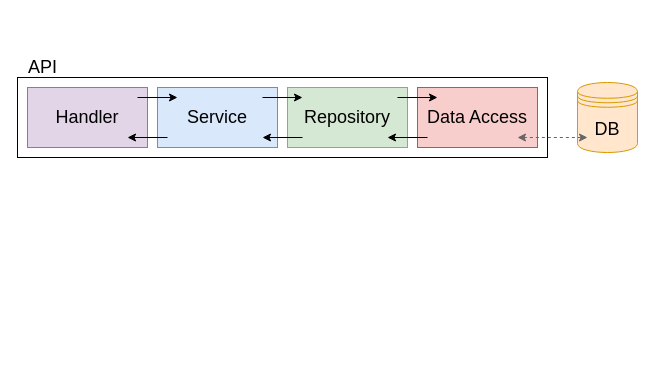
Before: page "APIDesign" (6 of 8) of 5th-semester/daw/docs/daw-diagrams.drawio in andre-j3sus/isel-leic-notes, a draw.io diagram. Source tidied: cells renumbered, new cells numbered last; positions are measured from the earlier drawing's top-left corner, leaving out a move shared by most shapes. Both pictures are drawn from the tidied source at 100%, with x=0, y=0 at pixel (17, 47). Pictures stored in the file or linked from it are replaced by grey dashed boxes.
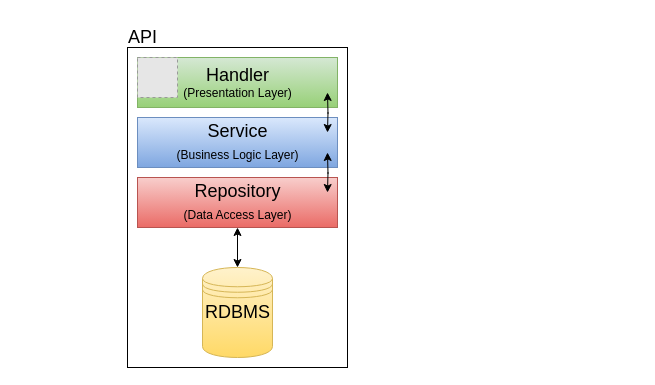
The same diagram, later.

The edit, as a diff of the source:
```diff
@@
     <mxCell id="2" style="rounded=0;whiteSpace=wrap;html=1;fontSize=18;fillColor=none;" parent="1" vertex="1">
-      <mxGeometry y="30" width="530" height="80" as="geometry" />
+      <mxGeometry x="110" width="220" height="320" as="geometry" />
     </mxCell>
-    <mxCell id="3" value="&lt;font style=&quot;font-size: 18px;&quot;&gt;Service&lt;/font&gt;" style="rounded=0;whiteSpace=wrap;html=1;fillColor=#dae8fc;strokeColor=#6c8ebf;" parent="1" vertex="1">
-      <mxGeometry x="140" y="40" width="120" height="60" as="geometry" />
-    </mxCell>
-    <mxCell id="4" value="&lt;span style=&quot;font-size: 18px;&quot;&gt;Repository&lt;/span&gt;" style="rounded=0;whiteSpace=wrap;html=1;fillColor=#d5e8d4;strokeColor=#82b366;" parent="1" vertex="1">
-      <mxGeometry x="270" y="40" width="120" height="60" as="geometry" />
-    </mxCell>
-    <mxCell id="5" value="&lt;span style=&quot;font-size: 18px;&quot;&gt;Data Access&lt;/span&gt;" style="rounded=0;whiteSpace=wrap;html=1;fillColor=#f8cecc;strokeColor=#b85450;" parent="1" vertex="1">
-      <mxGeometry x="400" y="40" width="120" height="60" as="geometry" />
-    </mxCell>
-    <mxCell id="6" value="&lt;font style=&quot;font-size: 18px;&quot;&gt;Handler&lt;/font&gt;" style="rounded=0;whiteSpace=wrap;html=1;fillColor=#e1d5e7;strokeColor=#9673a6;" parent="1" vertex="1">
-      <mxGeometry x="10" y="40" width="120" height="60" as="geometry" />
-    </mxCell>
     <mxCell id="7" value="API" style="text;html=1;align=center;verticalAlign=middle;strokeColor=none;fillColor=none;fontSize=18;" parent="1" vertex="1">
-      <mxGeometry width="50" height="40" as="geometry" />
+      <mxGeometry x="100" y="-30" width="50" height="40" as="geometry" />
     </mxCell>
-    <mxCell id="8" value="&lt;font style=&quot;font-size: 18px;&quot;&gt;DB&lt;/font&gt;" style="shape=datastore;whiteSpace=wrap;html=1;fillColor=#ffe6cc;strokeColor=#d79b00;" parent="1" vertex="1">
-      <mxGeometry x="560" y="35" width="60" height="70" as="geometry" />
-    </mxCell>
-    <mxCell id="9" style="endArrow=classic;html=1;rounded=0;" parent="1" edge="1">
-      <mxGeometry relative="1" as="geometry">
-        <mxPoint x="120" y="50" as="sourcePoint" />
-        <mxPoint x="160" y="50" as="targetPoint" />
-      </mxGeometry>
-    </mxCell>
-    <mxCell id="10" style="endArrow=classic;html=1;rounded=0;" parent="1" edge="1">
-      <mxGeometry relative="1" as="geometry">
-        <mxPoint x="245" y="50" as="sourcePoint" />
-        <mxPoint x="285" y="50" as="targetPoint" />
-      </mxGeometry>
-    </mxCell>
-    <mxCell id="11" style="endArrow=classic;html=1;rounded=0;" parent="1" edge="1">
-      <mxGeometry relative="1" as="geometry">
-        <mxPoint x="150" y="90" as="sourcePoint" />
-        <mxPoint x="110" y="90" as="targetPoint" />
-      </mxGeometry>
-    </mxCell>
-    <mxCell id="12" style="endArrow=classic;html=1;rounded=0;" parent="1" edge="1">
-      <mxGeometry relative="1" as="geometry">
-        <mxPoint x="380" y="50" as="sourcePoint" />
-        <mxPoint x="420" y="50" as="targetPoint" />
-      </mxGeometry>
-    </mxCell>
-    <mxCell id="13" style="endArrow=classic;html=1;rounded=0;" parent="1" edge="1">
-      <mxGeometry relative="1" as="geometry">
-        <mxPoint x="285" y="90" as="sourcePoint" />
-        <mxPoint x="245" y="90" as="targetPoint" />
-      </mxGeometry>
-    </mxCell>
-    <mxCell id="14" style="endArrow=classic;html=1;rounded=0;" parent="1" edge="1">
-      <mxGeometry relative="1" as="geometry">
-        <mxPoint x="410" y="90" as="sourcePoint" />
-        <mxPoint x="370" y="90" as="targetPoint" />
-      </mxGeometry>
-    </mxCell>
-    <mxCell id="15" style="edgeStyle=orthogonalEdgeStyle;rounded=0;orthogonalLoop=1;jettySize=auto;html=1;entryX=0;entryY=0.5;entryDx=0;entryDy=0;fontSize=18;dashed=1;fillColor=#f5f5f5;strokeColor=#666666;startArrow=classic;startFill=1;" parent="1" edge="1">
-      <mxGeometry relative="1" as="geometry">
-        <mxPoint x="500" y="90" as="sourcePoint" />
-        <mxPoint x="570" y="90" as="targetPoint" />
-      </mxGeometry>
-    </mxCell>
+    <mxCell id="16" value="&lt;font style=&quot;&quot;&gt;&lt;span style=&quot;font-size: 18px;&quot;&gt;Handler&lt;/span&gt;&lt;br&gt;&lt;font style=&quot;font-size: 12px;&quot;&gt;(Presentation Layer)&lt;/font&gt;&lt;br&gt;&lt;/font&gt;" style="rounded=0;html=1;fillColor=#d5e8d4;strokeColor=#82b366;gradientColor=#97d077;" parent="1" vertex="1">
+      <mxGeometry x="120" y="10" width="200" height="50" as="geometry" />
+    </mxCell>
+    <mxCell id="17" value="&lt;span style=&quot;font-size: 18px;&quot;&gt;Service&lt;br&gt;&lt;/span&gt;(Business Logic Layer)&lt;span style=&quot;font-size: 18px;&quot;&gt;&lt;br&gt;&lt;/span&gt;" style="rounded=0;html=1;fillColor=#dae8fc;strokeColor=#6c8ebf;gradientColor=#7ea6e0;" parent="1" vertex="1">
+      <mxGeometry x="120" y="70" width="200" height="50" as="geometry" />
+    </mxCell>
+    <mxCell id="18" value="&lt;span style=&quot;font-size: 18px;&quot;&gt;Repository&lt;br&gt;&lt;/span&gt;(Data Access Layer)&lt;span style=&quot;font-size: 18px;&quot;&gt;&lt;br&gt;&lt;/span&gt;" style="rounded=0;html=1;fillColor=#f8cecc;strokeColor=#b85450;gradientColor=#ea6b66;" parent="1" vertex="1">
+      <mxGeometry x="120" y="130" width="200" height="50" as="geometry" />
+    </mxCell>
+    <mxCell id="19" style="edgeStyle=orthogonalEdgeStyle;rounded=0;jettySize=auto;html=1;entryX=0.5;entryY=1;entryDx=0;entryDy=0;fontSize=12;startArrow=classic;startFill=1;" parent="1" edge="1" source="20" target="18">
+      <mxGeometry relative="1" as="geometry" />
+    </mxCell>
+    <mxCell id="20" value="RDBMS" style="shape=datastore;html=1;fontSize=18;fillColor=#fff2cc;strokeColor=#d6b656;gradientColor=#ffd966;verticalAlign=top;" parent="1" vertex="1">
+      <mxGeometry x="185" y="220" width="70" height="90" as="geometry" />
+    </mxCell>
+    <mxCell id="21" style="edgeStyle=orthogonalEdgeStyle;rounded=0;orthogonalLoop=1;jettySize=auto;html=1;fontSize=12;startArrow=classic;startFill=1;" parent="1" edge="1">
+      <mxGeometry relative="1" as="geometry">
+        <mxPoint x="310" y="145" as="sourcePoint" />
+        <mxPoint x="310" y="105" as="targetPoint" />
+      </mxGeometry>
+    </mxCell>
+    <mxCell id="22" style="edgeStyle=orthogonalEdgeStyle;rounded=0;orthogonalLoop=1;jettySize=auto;html=1;fontSize=12;startArrow=classic;startFill=1;" parent="1" edge="1">
+      <mxGeometry relative="1" as="geometry">
+        <mxPoint x="310" y="85" as="sourcePoint" />
+        <mxPoint x="310" y="45" as="targetPoint" />
+      </mxGeometry>
+    </mxCell>
+    <mxCell id="23" style="fillColor=#E6E6E6;strokeColor=#999999;dashed=1;verticalLabelPosition=bottom;labelBackgroundColor=default;verticalAlign=top;html=1;" parent="1" vertex="1">
+      <mxGeometry x="120" y="10" width="40" height="40" as="geometry" />
+    </mxCell>
```
